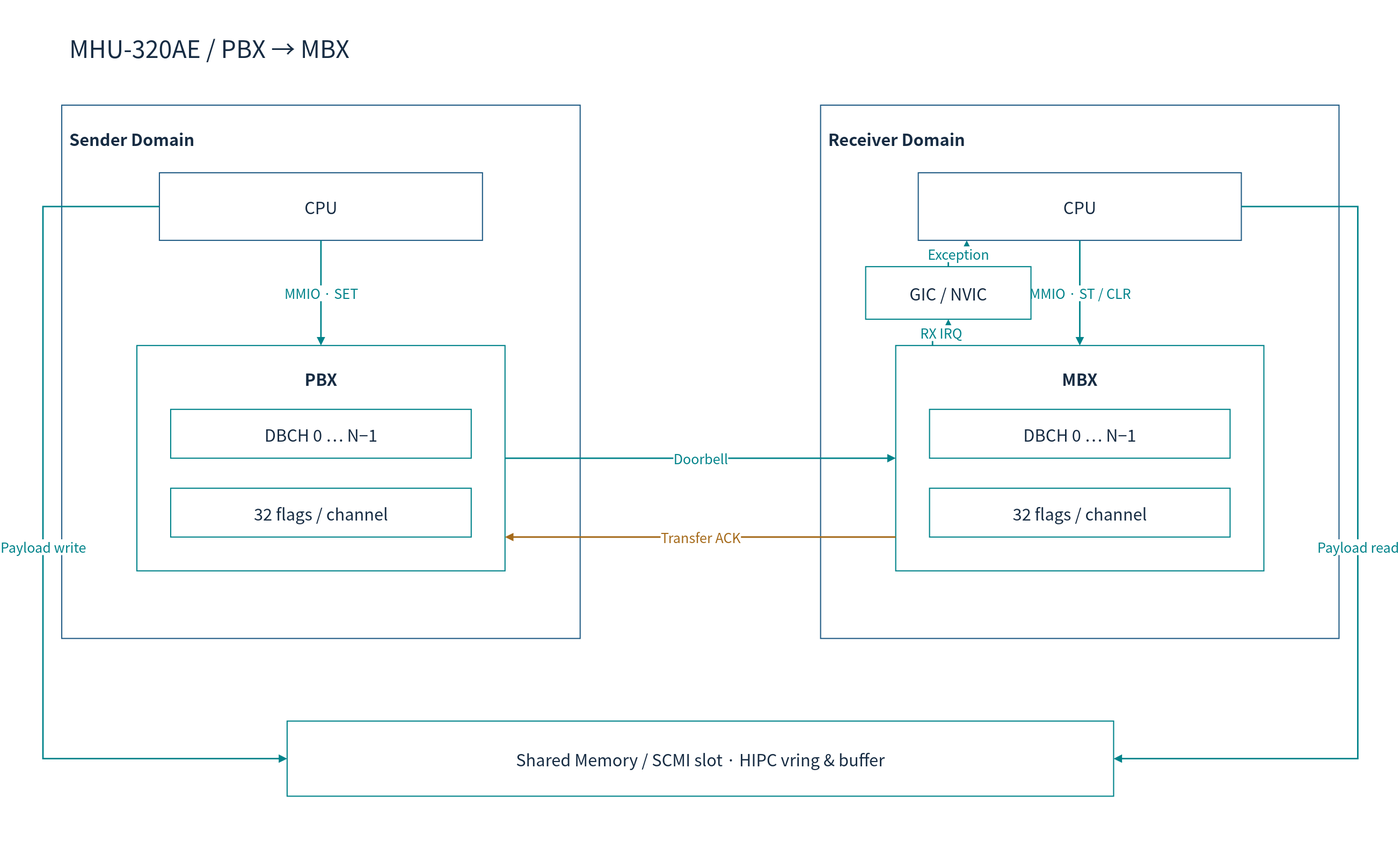
The draw.io diagram doc/phase1/mailbox/diagrams/01-hardware.drawio.svg in cometzero/project-apollo, before a commit. Source tidied: cells renumbered, new cells last; positions are measured from the earlier drawing's top-left corner, leaving out a move shared by most shapes.
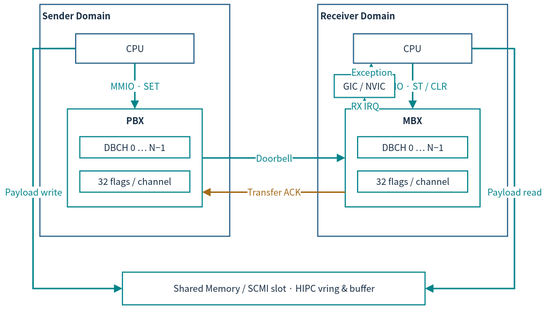
The same diagram one commit later.

Diff of the diagram source:
```diff
@@ -2,79 +2,73 @@
   <root>
     <mxCell id="0" />
     <mxCell id="1" parent="0" />
-    <mxCell id="2" style="rounded=0;whiteSpace=wrap;html=1;fillColor=#FFFFFF;strokeColor=none;strokeWidth=1.5;fontColor=#172C43;fontFamily=Noto Sans CJK KR;fontSize=22;spacing=10;" parent="1" vertex="1">
-      <mxGeometry width="1800" height="1120" as="geometry" />
-    </mxCell>
-    <mxCell id="3" value="MHU-320AE / PBX → MBX" style="rounded=0;whiteSpace=wrap;html=1;fillColor=#FFFFFF;strokeColor=none;strokeWidth=1.5;fontColor=#172C43;fontFamily=Noto Sans CJK KR;fontSize=22;spacing=10;fontSize=32;align=left;" parent="1" vertex="1">
-      <mxGeometry x="50" y="30" width="1700" height="65" as="geometry" />
-    </mxCell>
-    <mxCell id="4" value="Sender Domain" style="rounded=0;whiteSpace=wrap;html=1;fillColor=#FFFFFF;strokeColor=#235D86;strokeWidth=1.5;fontColor=#172C43;fontFamily=Noto Sans CJK KR;fontSize=22;spacing=10;verticalAlign=top;fontStyle=1;spacingTop=16;align=left;" parent="1" vertex="1">
-      <mxGeometry x="50" y="140" width="690" height="710" as="geometry" />
+    <mxCell id="4" value="Sender Domain" style="rounded=0;whiteSpace=wrap;html=1;fillColor=#FFFFFF;strokeColor=#235D86;strokeWidth=1.5;fontColor=#172C43;fontFamily=Noto Sans CJK KR;verticalAlign=top;fontStyle=1;align=left;fontSize=12;spacing=3;whiteSpace=wrap;" parent="1" vertex="1">
+      <mxGeometry x="11.9" y="35.9" width="252.5" height="308.1" as="geometry" />
     </mxCell>
-    <mxCell id="5" value="CPU" style="rounded=0;whiteSpace=wrap;html=1;fillColor=#FFFFFF;strokeColor=#235D86;strokeWidth=1.5;fontColor=#172C43;fontFamily=Noto Sans CJK KR;fontSize=22;spacing=10;" parent="4" vertex="1">
-      <mxGeometry x="130" y="90" width="430" height="90" as="geometry" />
+    <mxCell id="5" value="CPU" style="rounded=0;whiteSpace=wrap;html=1;fillColor=#FFFFFF;strokeColor=#235D86;strokeWidth=1.5;fontColor=#172C43;fontFamily=Noto Sans CJK KR;fontSize=12;spacing=3;whiteSpace=wrap;" parent="4" vertex="1">
+      <mxGeometry x="47.6" y="39.1" width="157.3" height="39.1" as="geometry" />
     </mxCell>
-    <mxCell id="6" value="PBX" style="rounded=0;whiteSpace=wrap;html=1;fillColor=#FFFFFF;strokeColor=#00838A;strokeWidth=1.5;fontColor=#172C43;fontFamily=Noto Sans CJK KR;fontSize=22;spacing=10;verticalAlign=top;fontStyle=1;spacingTop=16;" parent="4" vertex="1">
-      <mxGeometry x="100" y="320" width="490" height="300" as="geometry" />
+    <mxCell id="6" value="PBX" style="rounded=0;whiteSpace=wrap;html=1;fillColor=#FFFFFF;strokeColor=#00838A;strokeWidth=1.5;fontColor=#172C43;fontFamily=Noto Sans CJK KR;verticalAlign=top;fontStyle=1;fontSize=12;spacing=3;whiteSpace=wrap;" parent="4" vertex="1">
+      <mxGeometry x="36.6" y="138.9" width="179.3" height="130.2" as="geometry" />
     </mxCell>
-    <mxCell id="7" value="DBCH 0 … N−1" style="rounded=0;whiteSpace=wrap;html=1;fillColor=#FFFFFF;strokeColor=#00838A;strokeWidth=1.5;fontColor=#172C43;fontFamily=Noto Sans CJK KR;fontSize=22;spacing=10;" parent="6" vertex="1">
-      <mxGeometry x="45" y="85" width="400" height="65" as="geometry" />
+    <mxCell id="7" value="DBCH 0 … N−1" style="rounded=0;whiteSpace=wrap;html=1;fillColor=#FFFFFF;strokeColor=#00838A;strokeWidth=1.5;fontColor=#172C43;fontFamily=Noto Sans CJK KR;fontSize=12;spacing=3;whiteSpace=wrap;" parent="6" vertex="1">
+      <mxGeometry x="16.5" y="36.9" width="146.4" height="28.2" as="geometry" />
     </mxCell>
-    <mxCell id="8" value="32 flags / channel" style="rounded=0;whiteSpace=wrap;html=1;fillColor=#FFFFFF;strokeColor=#00838A;strokeWidth=1.5;fontColor=#172C43;fontFamily=Noto Sans CJK KR;fontSize=22;spacing=10;" parent="6" vertex="1">
-      <mxGeometry x="45" y="190" width="400" height="65" as="geometry" />
+    <mxCell id="8" value="32 flags / channel" style="rounded=0;whiteSpace=wrap;html=1;fillColor=#FFFFFF;strokeColor=#00838A;strokeWidth=1.5;fontColor=#172C43;fontFamily=Noto Sans CJK KR;fontSize=12;spacing=3;whiteSpace=wrap;" parent="6" vertex="1">
+      <mxGeometry x="16.5" y="82.5" width="146.4" height="28.2" as="geometry" />
     </mxCell>
-    <mxCell id="9" value="Receiver Domain" style="rounded=0;whiteSpace=wrap;html=1;fillColor=#FFFFFF;strokeColor=#235D86;strokeWidth=1.5;fontColor=#172C43;fontFamily=Noto Sans CJK KR;fontSize=22;spacing=10;verticalAlign=top;fontStyle=1;spacingTop=16;align=left;" parent="1" vertex="1">
-      <mxGeometry x="1060" y="140" width="690" height="710" as="geometry" />
+    <mxCell id="9" value="Receiver Domain" style="rounded=0;whiteSpace=wrap;html=1;fillColor=#FFFFFF;strokeColor=#235D86;strokeWidth=1.5;fontColor=#172C43;fontFamily=Noto Sans CJK KR;verticalAlign=top;fontStyle=1;align=left;fontSize=12;spacing=3;whiteSpace=wrap;" parent="1" vertex="1">
+      <mxGeometry x="381.5" y="35.9" width="252.5" height="308.1" as="geometry" />
     </mxCell>
-    <mxCell id="10" value="CPU" style="rounded=0;whiteSpace=wrap;html=1;fillColor=#FFFFFF;strokeColor=#235D86;strokeWidth=1.5;fontColor=#172C43;fontFamily=Noto Sans CJK KR;fontSize=22;spacing=10;" parent="9" vertex="1">
-      <mxGeometry x="130" y="90" width="430" height="90" as="geometry" />
+    <mxCell id="10" value="CPU" style="rounded=0;whiteSpace=wrap;html=1;fillColor=#FFFFFF;strokeColor=#235D86;strokeWidth=1.5;fontColor=#172C43;fontFamily=Noto Sans CJK KR;fontSize=12;spacing=3;whiteSpace=wrap;" parent="9" vertex="1">
+      <mxGeometry x="47.6" y="39.1" width="157.3" height="39.1" as="geometry" />
     </mxCell>
-    <mxCell id="11" value="MBX" style="rounded=0;whiteSpace=wrap;html=1;fillColor=#FFFFFF;strokeColor=#00838A;strokeWidth=1.5;fontColor=#172C43;fontFamily=Noto Sans CJK KR;fontSize=22;spacing=10;verticalAlign=top;fontStyle=1;spacingTop=16;" parent="9" vertex="1">
-      <mxGeometry x="100" y="320" width="490" height="300" as="geometry" />
+    <mxCell id="11" value="MBX" style="rounded=0;whiteSpace=wrap;html=1;fillColor=#FFFFFF;strokeColor=#00838A;strokeWidth=1.5;fontColor=#172C43;fontFamily=Noto Sans CJK KR;verticalAlign=top;fontStyle=1;fontSize=12;spacing=3;whiteSpace=wrap;" parent="9" vertex="1">
+      <mxGeometry x="36.6" y="138.9" width="179.3" height="130.2" as="geometry" />
     </mxCell>
-    <mxCell id="12" value="DBCH 0 … N−1" style="rounded=0;whiteSpace=wrap;html=1;fillColor=#FFFFFF;strokeColor=#00838A;strokeWidth=1.5;fontColor=#172C43;fontFamily=Noto Sans CJK KR;fontSize=22;spacing=10;" parent="11" vertex="1">
-      <mxGeometry x="45" y="85" width="400" height="65" as="geometry" />
+    <mxCell id="12" value="DBCH 0 … N−1" style="rounded=0;whiteSpace=wrap;html=1;fillColor=#FFFFFF;strokeColor=#00838A;strokeWidth=1.5;fontColor=#172C43;fontFamily=Noto Sans CJK KR;fontSize=12;spacing=3;whiteSpace=wrap;" parent="11" vertex="1">
+      <mxGeometry x="16.5" y="36.9" width="146.4" height="28.2" as="geometry" />
     </mxCell>
-    <mxCell id="13" value="32 flags / channel" style="rounded=0;whiteSpace=wrap;html=1;fillColor=#FFFFFF;strokeColor=#00838A;strokeWidth=1.5;fontColor=#172C43;fontFamily=Noto Sans CJK KR;fontSize=22;spacing=10;" parent="11" vertex="1">
-      <mxGeometry x="45" y="190" width="400" height="65" as="geometry" />
+    <mxCell id="13" value="32 flags / channel" style="rounded=0;whiteSpace=wrap;html=1;fillColor=#FFFFFF;strokeColor=#00838A;strokeWidth=1.5;fontColor=#172C43;fontFamily=Noto Sans CJK KR;fontSize=12;spacing=3;whiteSpace=wrap;" parent="11" vertex="1">
+      <mxGeometry x="16.5" y="82.5" width="146.4" height="28.2" as="geometry" />
     </mxCell>
-    <mxCell id="14" value="MMIO · SET" style="edgeStyle=orthogonalEdgeStyle;rounded=0;html=1;endArrow=block;endFill=1;strokeWidth=2;strokeColor=#00838A;fontColor=#00838A;fontFamily=Noto Sans CJK KR;fontSize=18;labelBackgroundColor=#FFFFFF;exitX=0.5;exitY=1;entryX=0.5;entryY=0;" parent="1" edge="1" source="5" target="6">
+    <mxCell id="14" value="MMIO · SET" style="edgeStyle=orthogonalEdgeStyle;rounded=0;html=1;endArrow=block;endFill=1;strokeWidth=2;strokeColor=#00838A;fontColor=#00838A;fontFamily=Noto Sans CJK KR;labelBackgroundColor=#FFFFFF;exitX=0.5;exitY=1;entryX=0.5;entryY=0;fontSize=12;spacing=3;whiteSpace=nowrap;" parent="1" edge="1" source="5" target="6">
       <mxGeometry relative="1" as="geometry" />
     </mxCell>
-    <mxCell id="15" value="MMIO · ST / CLR" style="edgeStyle=orthogonalEdgeStyle;rounded=0;html=1;endArrow=block;endFill=1;strokeWidth=2;strokeColor=#00838A;fontColor=#00838A;fontFamily=Noto Sans CJK KR;fontSize=18;labelBackgroundColor=#FFFFFF;exitX=0.5;exitY=1;entryX=0.5;entryY=0;" parent="1" edge="1" source="10" target="11">
+    <mxCell id="15" value="MMIO · ST / CLR" style="edgeStyle=orthogonalEdgeStyle;rounded=0;html=1;endArrow=block;endFill=1;strokeWidth=2;strokeColor=#00838A;fontColor=#00838A;fontFamily=Noto Sans CJK KR;labelBackgroundColor=#FFFFFF;exitX=0.5;exitY=1;entryX=0.5;entryY=0;fontSize=12;spacing=3;whiteSpace=nowrap;" parent="1" edge="1" source="10" target="11">
       <mxGeometry relative="1" as="geometry" />
     </mxCell>
-    <mxCell id="16" value="Doorbell" style="edgeStyle=orthogonalEdgeStyle;rounded=0;html=1;endArrow=block;endFill=1;strokeWidth=2;strokeColor=#00838A;fontColor=#00838A;fontFamily=Noto Sans CJK KR;fontSize=18;labelBackgroundColor=#FFFFFF;exitX=1;exitY=0.5;entryX=0;entryY=0.5;" parent="1" edge="1" source="6" target="11">
+    <mxCell id="16" value="Doorbell" style="edgeStyle=orthogonalEdgeStyle;rounded=0;html=1;endArrow=block;endFill=1;strokeWidth=2;strokeColor=#00838A;fontColor=#00838A;fontFamily=Noto Sans CJK KR;labelBackgroundColor=#FFFFFF;exitX=1;exitY=0.5;entryX=0;entryY=0.5;fontSize=12;spacing=3;whiteSpace=nowrap;" parent="1" edge="1" source="6" target="11">
       <mxGeometry relative="1" as="geometry" />
     </mxCell>
-    <mxCell id="17" value="Transfer ACK" style="edgeStyle=orthogonalEdgeStyle;rounded=0;html=1;endArrow=block;endFill=1;strokeWidth=2;strokeColor=#A56A1A;fontColor=#A56A1A;fontFamily=Noto Sans CJK KR;fontSize=18;labelBackgroundColor=#FFFFFF;exitX=0;exitY=0.85;entryX=1;entryY=0.85;" parent="1" edge="1" source="11" target="6">
+    <mxCell id="17" value="Transfer ACK" style="edgeStyle=orthogonalEdgeStyle;rounded=0;html=1;endArrow=block;endFill=1;strokeWidth=2;strokeColor=#A56A1A;fontColor=#A56A1A;fontFamily=Noto Sans CJK KR;labelBackgroundColor=#FFFFFF;exitX=0;exitY=0.85;entryX=1;entryY=0.85;fontSize=12;spacing=3;whiteSpace=nowrap;" parent="1" edge="1" source="11" target="6">
       <mxGeometry relative="1" as="geometry" />
     </mxCell>
-    <mxCell id="18" value="GIC / NVIC" style="rounded=0;whiteSpace=wrap;html=1;fillColor=#FFFFFF;strokeColor=#00838A;strokeWidth=1.5;fontColor=#172C43;fontFamily=Noto Sans CJK KR;fontSize=22;spacing=10;" parent="1" vertex="1">
-      <mxGeometry x="1120" y="355" width="220" height="70" as="geometry" />
+    <mxCell id="18" value="GIC / NVIC" style="rounded=0;whiteSpace=wrap;html=1;fillColor=#FFFFFF;strokeColor=#00838A;strokeWidth=1.5;fontColor=#172C43;fontFamily=Noto Sans CJK KR;fontSize=12;spacing=3;whiteSpace=wrap;" parent="1" vertex="1">
+      <mxGeometry x="403.5" y="129.2" width="80.5" height="30.4" as="geometry" />
     </mxCell>
-    <mxCell id="19" value="RX IRQ" style="edgeStyle=orthogonalEdgeStyle;rounded=0;html=1;endArrow=block;endFill=1;strokeWidth=2;strokeColor=#00838A;fontColor=#00838A;fontFamily=Noto Sans CJK KR;fontSize=18;labelBackgroundColor=#FFFFFF;exitX=0.1;exitY=0;entryX=0.5;entryY=1;" parent="1" edge="1" source="11" target="18">
+    <mxCell id="19" value="RX IRQ" style="edgeStyle=orthogonalEdgeStyle;rounded=0;html=1;endArrow=block;endFill=1;strokeWidth=2;strokeColor=#00838A;fontColor=#00838A;fontFamily=Noto Sans CJK KR;labelBackgroundColor=#FFFFFF;exitX=0.1;exitY=0;entryX=0.5;entryY=1;fontSize=12;spacing=3;whiteSpace=nowrap;" parent="1" edge="1" source="11" target="18">
       <mxGeometry relative="1" as="geometry" />
     </mxCell>
-    <mxCell id="20" value="Exception" style="edgeStyle=orthogonalEdgeStyle;rounded=0;html=1;endArrow=block;endFill=1;strokeWidth=2;strokeColor=#00838A;fontColor=#00838A;fontFamily=Noto Sans CJK KR;fontSize=18;labelBackgroundColor=#FFFFFF;exitX=0.5;exitY=0;entryX=0.15;entryY=1;" parent="1" edge="1" source="18" target="10">
+    <mxCell id="20" value="Exception" style="edgeStyle=orthogonalEdgeStyle;rounded=0;html=1;endArrow=block;endFill=1;strokeWidth=2;strokeColor=#00838A;fontColor=#00838A;fontFamily=Noto Sans CJK KR;labelBackgroundColor=#FFFFFF;exitX=0.5;exitY=0;entryX=0.15;entryY=1;fontSize=12;spacing=3;whiteSpace=nowrap;" parent="1" edge="1" source="18" target="10">
       <mxGeometry relative="1" as="geometry" />
     </mxCell>
-    <mxCell id="21" value="Shared Memory / SCMI slot · HIPC vring &amp;amp; buffer" style="rounded=0;whiteSpace=wrap;html=1;fillColor=#FFFFFF;strokeColor=#00838A;strokeWidth=1.5;fontColor=#172C43;fontFamily=Noto Sans CJK KR;fontSize=22;spacing=10;" parent="1" vertex="1">
-      <mxGeometry x="350" y="960" width="1100" height="100" as="geometry" />
+    <mxCell id="21" value="Shared Memory / SCMI slot · HIPC vring &amp;amp; buffer" style="rounded=0;whiteSpace=wrap;html=1;fillColor=#FFFFFF;strokeColor=#00838A;strokeWidth=1.5;fontColor=#172C43;fontFamily=Noto Sans CJK KR;fontSize=12;spacing=3;whiteSpace=wrap;" parent="1" vertex="1">
+      <mxGeometry x="121.7" y="391.8" width="402.5" height="43.4" as="geometry" />
     </mxCell>
-    <mxCell id="22" value="Payload write" style="edgeStyle=orthogonalEdgeStyle;rounded=0;html=1;endArrow=block;endFill=1;strokeWidth=2;strokeColor=#00838A;fontColor=#00838A;fontFamily=Noto Sans CJK KR;fontSize=18;labelBackgroundColor=#FFFFFF;exitX=0;exitY=0.5;entryX=0;entryY=0.5;" parent="1" edge="1" source="5" target="21">
+    <mxCell id="22" value="Payload write" style="edgeStyle=orthogonalEdgeStyle;rounded=0;html=1;endArrow=block;endFill=1;strokeWidth=2;strokeColor=#00838A;fontColor=#00838A;fontFamily=Noto Sans CJK KR;labelBackgroundColor=#FFFFFF;exitX=0;exitY=0.5;entryX=0;entryY=0.5;fontSize=12;spacing=3;whiteSpace=nowrap;" parent="1" edge="1" source="5" target="21">
       <mxGeometry relative="1" as="geometry">
         <Array as="points">
-          <mxPoint x="25" y="275" />
-          <mxPoint x="25" y="1010" />
+          <mxPoint x="2.8" y="94.5" />
+          <mxPoint x="2.8" y="413.5" />
         </Array>
       </mxGeometry>
     </mxCell>
-    <mxCell id="23" value="Payload read" style="edgeStyle=orthogonalEdgeStyle;rounded=0;html=1;endArrow=block;endFill=1;strokeWidth=2;strokeColor=#00838A;fontColor=#00838A;fontFamily=Noto Sans CJK KR;fontSize=18;labelBackgroundColor=#FFFFFF;exitX=1;exitY=0.5;entryX=1;entryY=0.5;" parent="1" edge="1" source="10" target="21">
+    <mxCell id="23" value="Payload read" style="edgeStyle=orthogonalEdgeStyle;rounded=0;html=1;endArrow=block;endFill=1;strokeWidth=2;strokeColor=#00838A;fontColor=#00838A;fontFamily=Noto Sans CJK KR;labelBackgroundColor=#FFFFFF;exitX=1;exitY=0.5;entryX=1;entryY=0.5;fontSize=12;spacing=3;whiteSpace=nowrap;" parent="1" edge="1" source="10" target="21">
       <mxGeometry relative="1" as="geometry">
         <Array as="points">
-          <mxPoint x="1775" y="275" />
-          <mxPoint x="1775" y="1010" />
+          <mxPoint x="643.1" y="94.5" />
+          <mxPoint x="643.1" y="413.5" />
         </Array>
       </mxGeometry>
     </mxCell>
```
